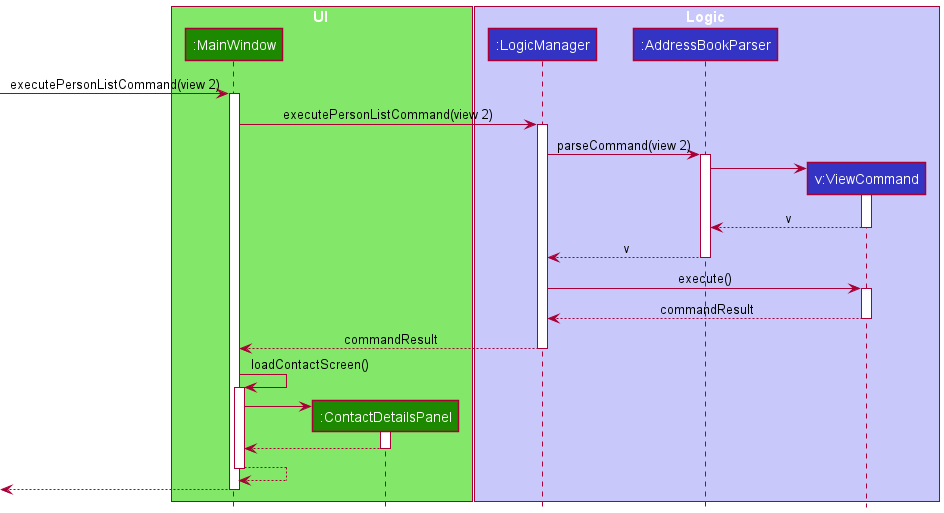
Before: docs/images/ViewCommandSequenceDiagram.png, a diagram exported from PlantUML (tonishka/tp).
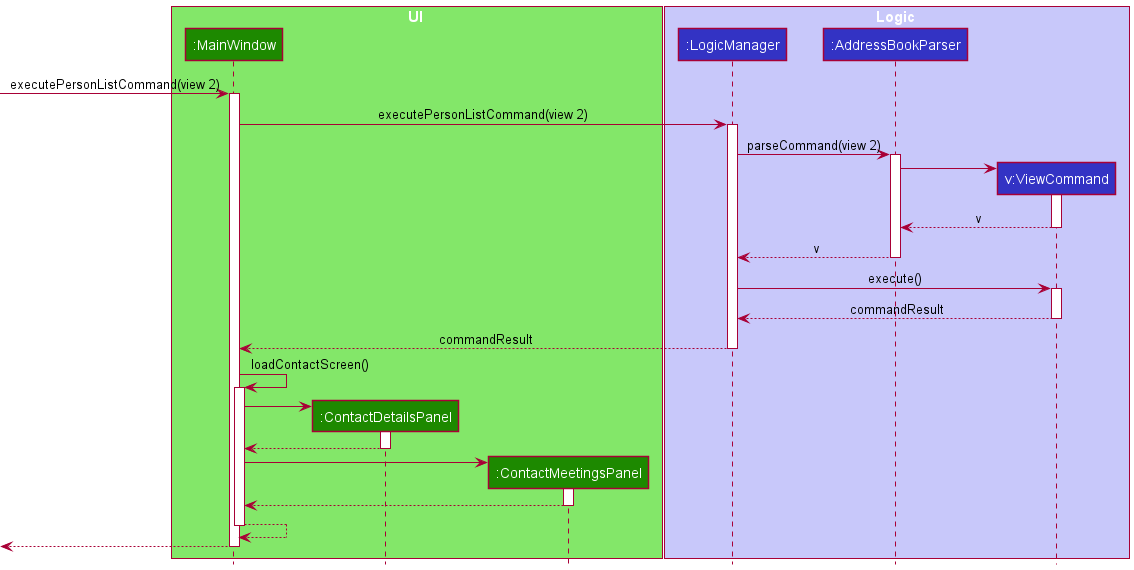
After the change.

The edit, as a diff of the source:
```diff
@@ -4,6 +4,7 @@
 box UI UI_COLOR_T1
 participant ":MainWindow" as MainWindow UI_COLOR
 participant ":ContactDetailsPanel" as ContactDetailsPanel UI_COLOR
+participant ":ContactMeetingsPanel" as ContactMeetingsPanel UI_COLOR
 end box
 
 box Logic LOGIC_COLOR_T1
@@ -50,6 +51,13 @@
 ContactDetailsPanel --> MainWindow
 deactivate ContactDetailsPanel
 
+create ContactMeetingsPanel
+MainWindow -> ContactMeetingsPanel
+activate ContactMeetingsPanel
+
+ContactMeetingsPanel --> MainWindow
+deactivate ContactMeetingsPanel
+
 MainWindow --> MainWindow
 deactivate MainWindow
 
```
